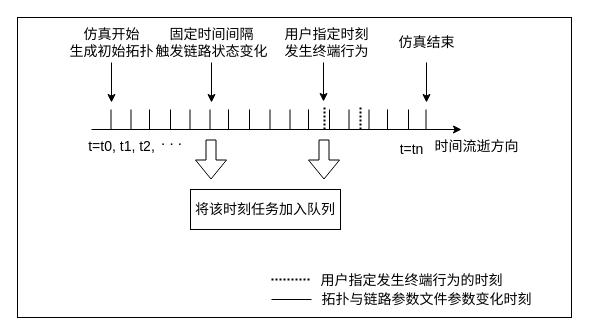
The draw.io diagram page "任务调度模块示意图" (5 of 6) of 网络仿真系统.drawio in Icarus1994/neutron_conf, before the edit. Source tidied: cells renumbered, new cells numbered last; positions are measured from the earlier drawing's top-left corner, leaving out a move shared by most shapes. Both pictures are drawn from the tidied source at 100%, with x=0, y=0 at pixel (17, 17).
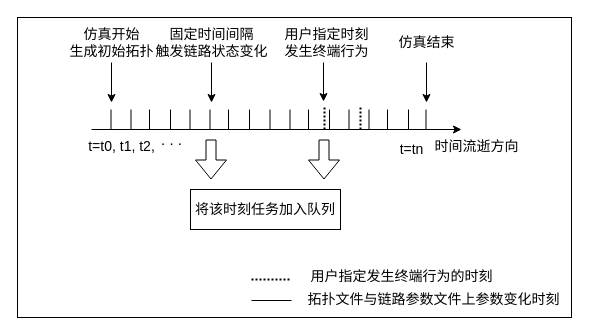
Above is the later version.

The edit, as a diff of the source:
```diff
@@
     <mxCell id="35" style="endArrow=none;dashed=1;html=1;strokeWidth=2;fontSize=14;dashPattern=1 1;" parent="1" edge="1">
       <mxGeometry relative="1" as="geometry">
-        <mxPoint x="254" y="262" as="sourcePoint" />
-        <mxPoint x="294" y="262" as="targetPoint" />
+        <mxPoint x="234" y="262" as="sourcePoint" />
+        <mxPoint x="274" y="262" as="targetPoint" />
       </mxGeometry>
     </mxCell>
     <mxCell id="36" style="endArrow=none;html=1;strokeWidth=1;fontSize=14;" parent="1" edge="1">
       <mxGeometry relative="1" as="geometry">
-        <mxPoint x="254" y="282" as="sourcePoint" />
-        <mxPoint x="294" y="282" as="targetPoint" />
+        <mxPoint x="234" y="283" as="sourcePoint" />
+        <mxPoint x="274" y="283" as="targetPoint" />
       </mxGeometry>
     </mxCell>
@@
     <mxCell id="39" value="用户指定发生终端行为的时刻" style="text;html=1;align=center;verticalAlign=middle;fontSize=14;" parent="1" vertex="1">
-      <mxGeometry x="298" y="252" width="192" height="21" as="geometry" />
+      <mxGeometry x="288" y="248" width="192" height="21" as="geometry" />
     </mxCell>
-    <mxCell id="40" value="拓扑与链路参数文件参数变化时刻" style="text;html=1;align=center;verticalAlign=middle;fontSize=14;" parent="1" vertex="1">
-      <mxGeometry x="294" y="272" width="230" height="20" as="geometry" />
+    <mxCell id="40" value="拓扑文件与链路参数文件上参数变化时刻" style="text;html=1;align=center;verticalAlign=middle;fontSize=14;" parent="1" vertex="1">
+      <mxGeometry x="285" y="271" width="262" height="21" as="geometry" />
     </mxCell>
```
